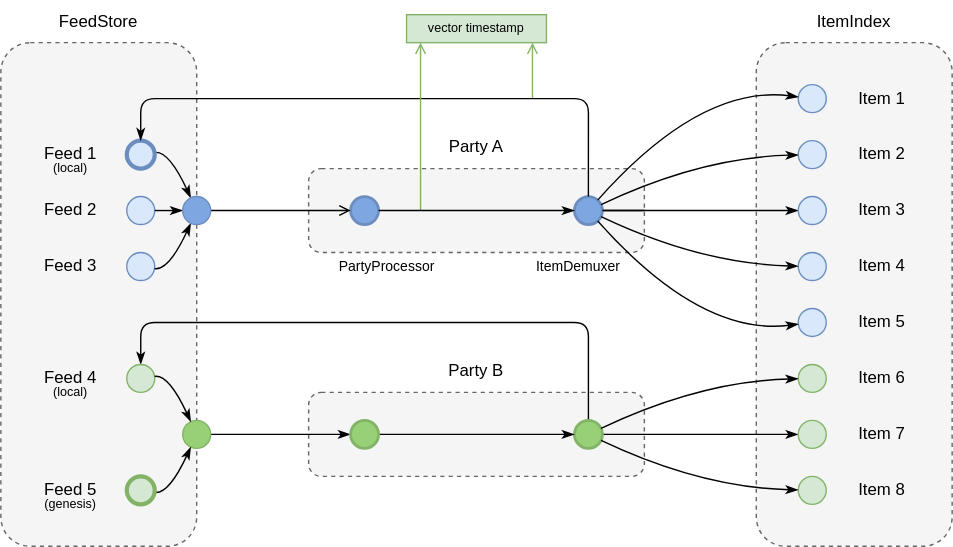
This is docs/content/diagrams/flow.svg from dxos/dxos, a draw.io export, as it was before one commit. Source tidied: cells renumbered, new cells last; positions are measured from the earlier drawing's top-left corner, leaving out a move shared by most shapes.
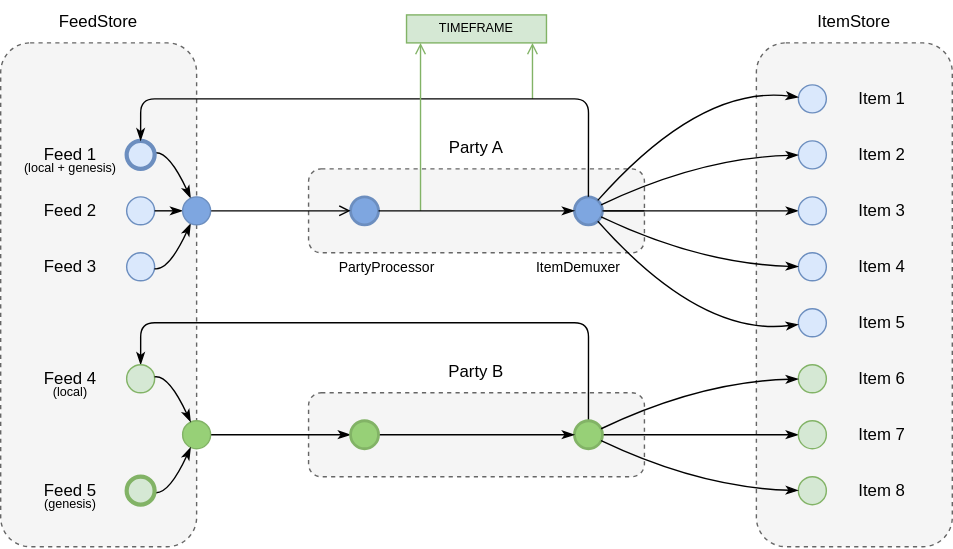
The same diagram one commit later.

Change to the diagram source:
```diff
@@ -202,11 +202,11 @@
     <mxCell id="52" value="FeedStore" style="rounded=0;whiteSpace=wrap;html=1;strokeColor=none;fillColor=none;" parent="1" vertex="1">
       <mxGeometry width="140" height="30" as="geometry" />
     </mxCell>
-    <mxCell id="53" value="ItemIndex" style="rounded=0;whiteSpace=wrap;html=1;strokeColor=none;fillColor=none;" parent="1" vertex="1">
+    <mxCell id="53" value="ItemStore" style="rounded=0;whiteSpace=wrap;html=1;strokeColor=none;fillColor=none;" parent="1" vertex="1">
       <mxGeometry x="540" width="140" height="30" as="geometry" />
     </mxCell>
-    <mxCell id="54" value="(local)" style="rounded=0;whiteSpace=wrap;html=1;strokeColor=none;fillColor=none;fontSize=9;" parent="1" vertex="1">
-      <mxGeometry x="20" y="110" width="60" height="20" as="geometry" />
+    <mxCell id="54" value="(local + genesis)" style="rounded=0;whiteSpace=wrap;html=1;strokeColor=none;fillColor=none;fontSize=9;" parent="1" vertex="1">
+      <mxGeometry x="10" y="110" width="80" height="20" as="geometry" />
     </mxCell>
     <mxCell id="55" value="(local)" style="rounded=0;whiteSpace=wrap;html=1;strokeColor=none;fillColor=none;fontSize=9;" parent="1" vertex="1">
       <mxGeometry x="20" y="270" width="60" height="20" as="geometry" />
@@ -229,7 +229,7 @@
     <mxCell id="61" style="ellipse;whiteSpace=wrap;html=1;strokeColor=#82b366;fillColor=#97D077;strokeWidth=2;" parent="1" vertex="1">
       <mxGeometry x="250" y="300" width="20" height="20" as="geometry" />
     </mxCell>
-    <mxCell id="62" value="vector timestamp" style="rounded=0;whiteSpace=wrap;html=1;strokeWidth=1;fillColor=#d5e8d4;fontSize=9;align=center;strokeColor=#82b366;verticalAlign=middle;spacing=0;" parent="1" vertex="1">
+    <mxCell id="62" value="TIMEFRAME" style="rounded=0;whiteSpace=wrap;html=1;strokeWidth=1;fillColor=#d5e8d4;fontSize=9;align=center;strokeColor=#82b366;verticalAlign=middle;spacing=0;" parent="1" vertex="1">
       <mxGeometry x="290" y="10" width="100" height="20" as="geometry" />
     </mxCell>
     <mxCell id="63" style="endArrow=open;html=1;strokeWidth=1;fontSize=9;rounded=0;endFill=0;fillColor=#d5e8d4;strokeColor=#82b366;" parent="1" edge="1">
```
